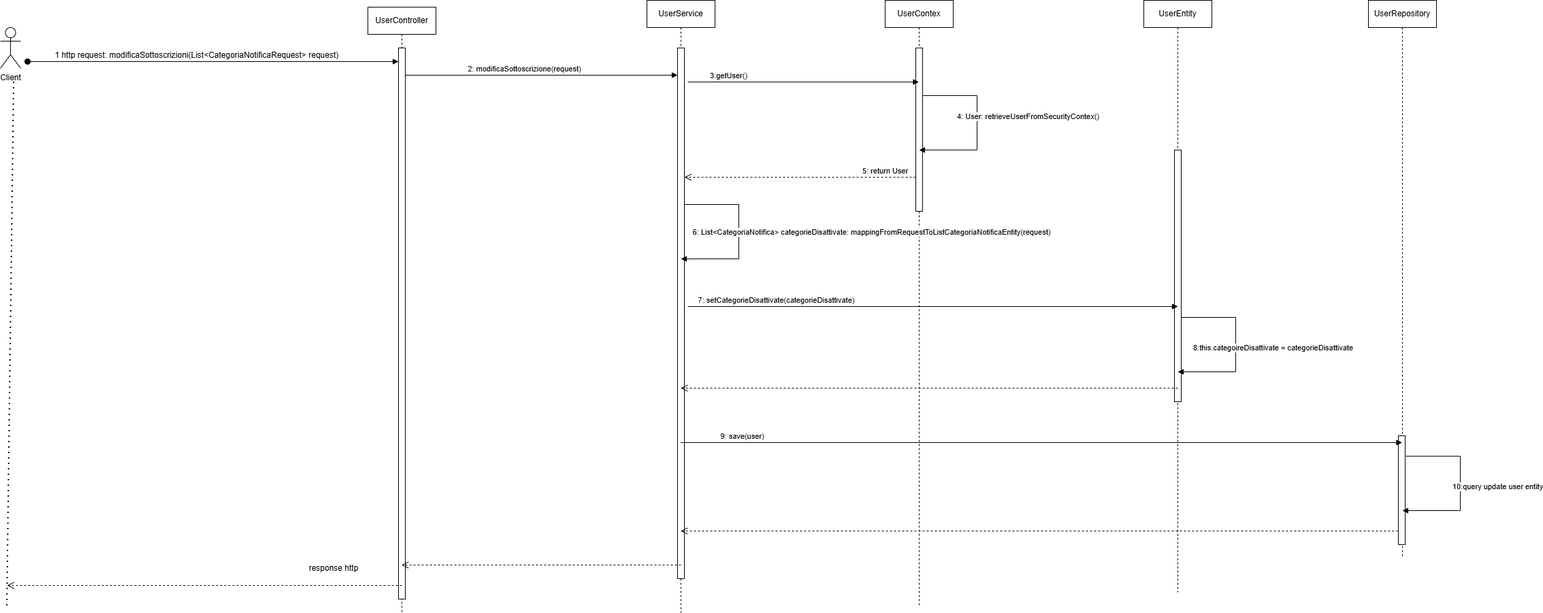
Earlier version of the draw.io export Documentazione/Immagini/Sequence diagram/Sequence Diagram Gestione Notifiche.png (Sperob98/Documentazione-DietiEstates25). Source tidied: cells renumbered, new cells last; positions are measured from the earlier drawing's top-left corner, leaving out a move shared by most shapes.
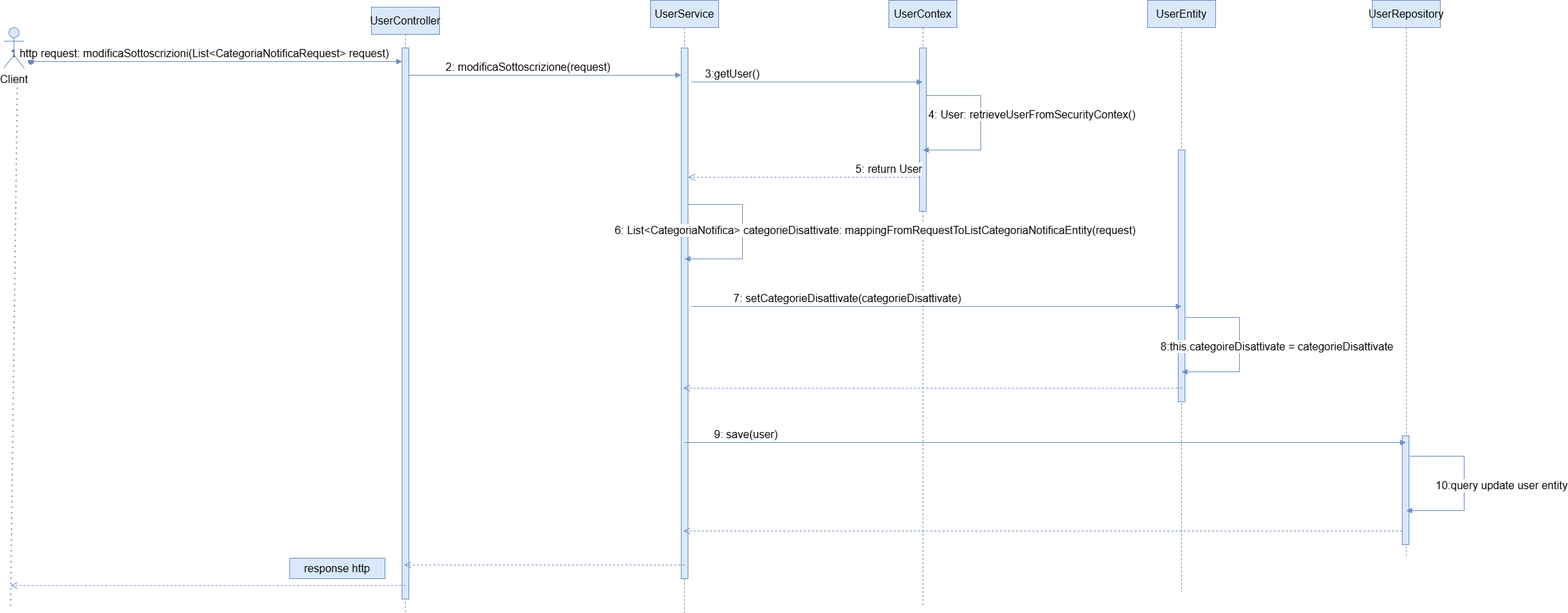
The same file after the commit.

Commit message:
Modificati gli stili dei sequence diagram

Diff of the diagram source:
```diff
@@ -2,55 +2,55 @@
   <root>
     <mxCell id="0" />
     <mxCell id="1" parent="0" />
-    <mxCell id="2" value="UserController" style="shape=umlLifeline;perimeter=lifelinePerimeter;whiteSpace=wrap;html=1;outlineConnect=0;portConstraint=eastwest;newEdgeStyle={&quot;curved&quot;:0,&quot;rounded&quot;:0};" parent="1" vertex="1">
+    <mxCell id="2" value="UserController" style="shape=umlLifeline;perimeter=lifelinePerimeter;whiteSpace=wrap;html=1;outlineConnect=0;portConstraint=eastwest;newEdgeStyle={&quot;curved&quot;:0,&quot;rounded&quot;:0};fillColor=#dae8fc;strokeColor=#6c8ebf;fontSize=16;" parent="1" vertex="1">
       <mxGeometry x="540" y="10" width="100" height="890" as="geometry" />
     </mxCell>
-    <mxCell id="3" style="html=1;perimeter=orthogonalPerimeter;targetShapes=umlLifeline;newEdgeStyle={&quot;curved&quot;:0,&quot;rounded&quot;:0};" parent="2" vertex="1">
+    <mxCell id="3" style="html=1;perimeter=orthogonalPerimeter;targetShapes=umlLifeline;newEdgeStyle={&quot;curved&quot;:0,&quot;rounded&quot;:0};fillColor=#dae8fc;strokeColor=#6c8ebf;fontSize=16;" parent="2" vertex="1">
       <mxGeometry x="45" y="60" width="10" height="810" as="geometry" />
     </mxCell>
-    <mxCell id="4" value="UserService" style="shape=umlLifeline;perimeter=lifelinePerimeter;whiteSpace=wrap;html=1;outlineConnect=0;portConstraint=eastwest;newEdgeStyle={&quot;curved&quot;:0,&quot;rounded&quot;:0};" parent="1" vertex="1">
+    <mxCell id="4" value="UserService" style="shape=umlLifeline;perimeter=lifelinePerimeter;whiteSpace=wrap;html=1;outlineConnect=0;portConstraint=eastwest;newEdgeStyle={&quot;curved&quot;:0,&quot;rounded&quot;:0};fillColor=#dae8fc;strokeColor=#6c8ebf;fontSize=16;" parent="1" vertex="1">
       <mxGeometry x="950" width="100" height="900" as="geometry" />
     </mxCell>
-    <mxCell id="5" style="html=1;perimeter=orthogonalPerimeter;targetShapes=umlLifeline;newEdgeStyle={&quot;curved&quot;:0,&quot;rounded&quot;:0};" parent="4" vertex="1">
+    <mxCell id="5" style="html=1;perimeter=orthogonalPerimeter;targetShapes=umlLifeline;newEdgeStyle={&quot;curved&quot;:0,&quot;rounded&quot;:0};fillColor=#dae8fc;strokeColor=#6c8ebf;fontSize=16;" parent="4" vertex="1">
       <mxGeometry x="45" y="70" width="10" height="780" as="geometry" />
     </mxCell>
-    <mxCell id="6" value="2: modificaSottoscrizione(request)" style="html=1;verticalAlign=bottom;endArrow=block;curved=0;rounded=0;" parent="1" edge="1">
+    <mxCell id="6" value="2: modificaSottoscrizione(request)" style="html=1;verticalAlign=bottom;endArrow=block;curved=0;rounded=0;fillColor=#dae8fc;strokeColor=#6c8ebf;fontSize=16;" parent="1" edge="1">
       <mxGeometry x="-0.12" relative="1" as="geometry">
         <mxPoint x="595" y="110" as="sourcePoint" />
         <mxPoint x="995" y="110" as="targetPoint" />
       </mxGeometry>
     </mxCell>
-    <mxCell id="7" value="UserContex" style="shape=umlLifeline;perimeter=lifelinePerimeter;whiteSpace=wrap;html=1;newEdgeStyle={&quot;curved&quot;:0,&quot;rounded&quot;:0};" parent="1" vertex="1">
+    <mxCell id="7" value="UserContex" style="shape=umlLifeline;perimeter=lifelinePerimeter;whiteSpace=wrap;html=1;newEdgeStyle={&quot;curved&quot;:0,&quot;rounded&quot;:0};fillColor=#dae8fc;strokeColor=#6c8ebf;fontSize=16;" parent="1" vertex="1">
       <mxGeometry x="1300" width="100" height="890" as="geometry" />
     </mxCell>
-    <mxCell id="8" style="html=1;perimeter=orthogonalPerimeter;targetShapes=umlLifeline;newEdgeStyle={&quot;curved&quot;:0,&quot;rounded&quot;:0};" parent="7" vertex="1">
+    <mxCell id="8" style="html=1;perimeter=orthogonalPerimeter;targetShapes=umlLifeline;newEdgeStyle={&quot;curved&quot;:0,&quot;rounded&quot;:0};fillColor=#dae8fc;strokeColor=#6c8ebf;fontSize=16;" parent="7" vertex="1">
       <mxGeometry x="45" y="70" width="10" height="240" as="geometry" />
     </mxCell>
-    <mxCell id="9" value="3:getUser()" style="html=1;verticalAlign=bottom;endArrow=block;curved=0;rounded=0;" parent="1" edge="1">
+    <mxCell id="9" value="3:getUser()" style="html=1;verticalAlign=bottom;endArrow=block;curved=0;rounded=0;fillColor=#dae8fc;strokeColor=#6c8ebf;fontSize=16;" parent="1" edge="1">
       <mxGeometry x="-0.65" relative="1" as="geometry">
         <mxPoint x="1010" y="120" as="sourcePoint" />
         <mxPoint x="1349.5" y="120" as="targetPoint" />
       </mxGeometry>
     </mxCell>
-    <mxCell id="10" value="5: return User" style="html=1;verticalAlign=bottom;endArrow=open;dashed=1;endSize=8;curved=0;rounded=0;" parent="1" edge="1">
+    <mxCell id="10" value="5: return User" style="html=1;verticalAlign=bottom;endArrow=open;dashed=1;endSize=8;curved=0;rounded=0;fillColor=#dae8fc;strokeColor=#6c8ebf;fontSize=16;" parent="1" edge="1">
       <mxGeometry x="-0.74" relative="1" as="geometry">
         <mxPoint x="1345" y="260" as="sourcePoint" />
         <mxPoint x="1005" y="260" as="targetPoint" />
       </mxGeometry>
     </mxCell>
-    <mxCell id="11" value="UserEntity" style="shape=umlLifeline;perimeter=lifelinePerimeter;whiteSpace=wrap;html=1;newEdgeStyle={&quot;curved&quot;:0,&quot;rounded&quot;:0};" parent="1" vertex="1">
+    <mxCell id="11" value="UserEntity" style="shape=umlLifeline;perimeter=lifelinePerimeter;whiteSpace=wrap;html=1;newEdgeStyle={&quot;curved&quot;:0,&quot;rounded&quot;:0};fillColor=#dae8fc;strokeColor=#6c8ebf;fontSize=16;" parent="1" vertex="1">
       <mxGeometry x="1680" width="100" height="870" as="geometry" />
     </mxCell>
-    <mxCell id="12" style="html=1;perimeter=orthogonalPerimeter;targetShapes=umlLifeline;newEdgeStyle={&quot;curved&quot;:0,&quot;rounded&quot;:0};" parent="11" vertex="1">
+    <mxCell id="12" style="html=1;perimeter=orthogonalPerimeter;targetShapes=umlLifeline;newEdgeStyle={&quot;curved&quot;:0,&quot;rounded&quot;:0};fillColor=#dae8fc;strokeColor=#6c8ebf;fontSize=16;" parent="11" vertex="1">
       <mxGeometry x="45" y="220" width="10" height="370" as="geometry" />
     </mxCell>
-    <mxCell id="13" value="&lt;font style=&quot;font-size: 12px;&quot;&gt;1 http request: modificaSottoscrizioni(List&amp;lt;CategoriaNotificaRequest&amp;gt; request)&amp;nbsp;&lt;/font&gt;" style="html=1;verticalAlign=bottom;startArrow=oval;startFill=1;endArrow=block;startSize=8;curved=0;rounded=0;strokeWidth=1;jumpSize=14;" parent="1" edge="1">
+    <mxCell id="13" value="&lt;font&gt;1 http request: modificaSottoscrizioni(List&amp;lt;CategoriaNotificaRequest&amp;gt; request)&amp;nbsp;&lt;/font&gt;" style="html=1;verticalAlign=bottom;startArrow=oval;startFill=1;endArrow=block;startSize=8;curved=0;rounded=0;strokeWidth=1;jumpSize=14;fillColor=#dae8fc;strokeColor=#6c8ebf;fontSize=16;" parent="1" edge="1">
       <mxGeometry x="-0.08" relative="1" as="geometry">
         <mxPoint x="40" y="90" as="sourcePoint" />
         <mxPoint x="585" y="90" as="targetPoint" />
       </mxGeometry>
     </mxCell>
-    <mxCell id="14" value="6: List&amp;lt;CategoriaNotifica&amp;gt; categorieDisattivate: mappingFromRequestToListCategoriaNotificaEntity(request)" style="html=1;verticalAlign=bottom;endArrow=block;curved=0;rounded=0;" parent="1" edge="1">
+    <mxCell id="14" value="6: List&amp;lt;CategoriaNotifica&amp;gt; categorieDisattivate: mappingFromRequestToListCategoriaNotificaEntity(request)" style="html=1;verticalAlign=bottom;endArrow=block;curved=0;rounded=0;fillColor=#dae8fc;strokeColor=#6c8ebf;fontSize=16;" parent="1" edge="1">
       <mxGeometry x="0.06" y="195" relative="1" as="geometry">
         <mxPoint x="1005" y="300" as="sourcePoint" />
         <mxPoint x="1000" y="380" as="targetPoint" />
@@ -60,7 +60,7 @@
         </Array>
       </mxGeometry>
     </mxCell>
-    <mxCell id="15" value="4: User: retrieveUserFromSecurityContex()" style="html=1;verticalAlign=bottom;endArrow=block;curved=0;rounded=0;" parent="1" edge="1">
+    <mxCell id="15" value="4: User: retrieveUserFromSecurityContex()" style="html=1;verticalAlign=bottom;endArrow=block;curved=0;rounded=0;fillColor=#dae8fc;strokeColor=#6c8ebf;fontSize=16;" parent="1" edge="1">
       <mxGeometry x="-0.02" y="75" relative="1" as="geometry">
         <mxPoint x="1355" y="140" as="sourcePoint" />
         <mxPoint x="1350" y="220" as="targetPoint" />
@@ -70,13 +70,14 @@
         </Array>
       </mxGeometry>
     </mxCell>
-    <mxCell id="16" value="7: setCategorieDisattivate(categorieDisattivate)" style="html=1;verticalAlign=bottom;endArrow=block;curved=0;rounded=0;" parent="1" edge="1">
-      <mxGeometry x="-0.64" relative="1" as="geometry">
+    <mxCell id="16" value="7: setCategorieDisattivate(categorieDisattivate)" style="html=1;verticalAlign=bottom;endArrow=block;curved=0;rounded=0;fillColor=#dae8fc;strokeColor=#6c8ebf;fontSize=16;" parent="1" edge="1">
+      <mxGeometry x="-0.36" relative="1" as="geometry">
         <mxPoint x="1010" y="450" as="sourcePoint" />
         <mxPoint x="1730" y="450" as="targetPoint" />
+        <mxPoint x="-1" as="offset" />
       </mxGeometry>
     </mxCell>
-    <mxCell id="17" value="8:this.categoireDisattivate = categorieDisattivate" style="html=1;verticalAlign=bottom;endArrow=block;curved=0;rounded=0;" parent="1" edge="1">
+    <mxCell id="17" value="8:this.categoireDisattivate = categorieDisattivate" style="html=1;verticalAlign=bottom;endArrow=block;curved=0;rounded=0;fillColor=#dae8fc;strokeColor=#6c8ebf;fontSize=16;" parent="1" edge="1">
       <mxGeometry x="0.09" y="55" relative="1" as="geometry">
         <mxPoint x="1735" y="466" as="sourcePoint" />
         <mxPoint x="1730" y="546" as="targetPoint" />
@@ -86,23 +87,23 @@
         </Array>
       </mxGeometry>
     </mxCell>
-    <mxCell id="18" style="html=1;verticalAlign=bottom;endArrow=open;dashed=1;endSize=8;curved=0;rounded=0;" parent="1" edge="1" target="4">
+    <mxCell id="18" style="html=1;verticalAlign=bottom;endArrow=open;dashed=1;endSize=8;curved=0;rounded=0;fillColor=#dae8fc;strokeColor=#6c8ebf;fontSize=16;" parent="1" edge="1" target="4">
       <mxGeometry x="-0.74" relative="1" as="geometry">
         <mxPoint x="1730" y="570" as="sourcePoint" />
       </mxGeometry>
     </mxCell>
-    <mxCell id="19" value="UserRepository" style="shape=umlLifeline;perimeter=lifelinePerimeter;whiteSpace=wrap;html=1;outlineConnect=0;portConstraint=eastwest;newEdgeStyle={&quot;curved&quot;:0,&quot;rounded&quot;:0};" parent="1" vertex="1">
+    <mxCell id="19" value="UserRepository" style="shape=umlLifeline;perimeter=lifelinePerimeter;whiteSpace=wrap;html=1;outlineConnect=0;portConstraint=eastwest;newEdgeStyle={&quot;curved&quot;:0,&quot;rounded&quot;:0};fillColor=#dae8fc;strokeColor=#6c8ebf;fontSize=16;" parent="1" vertex="1">
       <mxGeometry x="2010" width="100" height="820" as="geometry" />
     </mxCell>
-    <mxCell id="20" style="html=1;perimeter=orthogonalPerimeter;targetShapes=umlLifeline;newEdgeStyle={&quot;curved&quot;:0,&quot;rounded&quot;:0};" parent="19" vertex="1">
+    <mxCell id="20" style="html=1;perimeter=orthogonalPerimeter;targetShapes=umlLifeline;newEdgeStyle={&quot;curved&quot;:0,&quot;rounded&quot;:0};fillColor=#dae8fc;strokeColor=#6c8ebf;fontSize=16;" parent="19" vertex="1">
       <mxGeometry x="44" y="640" width="10" height="160" as="geometry" />
     </mxCell>
-    <mxCell id="21" value="9: save(user)" style="html=1;verticalAlign=bottom;endArrow=block;curved=0;rounded=0;" parent="1" edge="1" target="19">
+    <mxCell id="21" value="9: save(user)" style="html=1;verticalAlign=bottom;endArrow=block;curved=0;rounded=0;fillColor=#dae8fc;strokeColor=#6c8ebf;fontSize=16;" parent="1" edge="1" target="19">
       <mxGeometry x="-0.83" relative="1" as="geometry">
         <mxPoint x="1000" y="650" as="sourcePoint" />
       </mxGeometry>
     </mxCell>
-    <mxCell id="22" value="10:query update user entity" style="html=1;verticalAlign=bottom;endArrow=block;curved=0;rounded=0;" parent="1" edge="1">
+    <mxCell id="22" value="10:query update user entity" style="html=1;verticalAlign=bottom;endArrow=block;curved=0;rounded=0;fillColor=#dae8fc;strokeColor=#6c8ebf;fontSize=16;" parent="1" edge="1">
       <mxGeometry x="0.09" y="55" relative="1" as="geometry">
         <mxPoint x="2065" y="670" as="sourcePoint" />
         <mxPoint x="2060" y="750" as="targetPoint" />
@@ -112,32 +113,32 @@
         </Array>
       </mxGeometry>
     </mxCell>
-    <mxCell id="23" style="html=1;verticalAlign=bottom;endArrow=open;dashed=1;endSize=8;curved=0;rounded=0;" parent="1" edge="1" target="4">
+    <mxCell id="23" style="html=1;verticalAlign=bottom;endArrow=open;dashed=1;endSize=8;curved=0;rounded=0;fillColor=#dae8fc;strokeColor=#6c8ebf;fontSize=16;" parent="1" edge="1" target="4">
       <mxGeometry x="-0.74" relative="1" as="geometry">
         <mxPoint x="2054" y="780" as="sourcePoint" />
       </mxGeometry>
     </mxCell>
-    <mxCell id="24" style="html=1;verticalAlign=bottom;endArrow=open;dashed=1;endSize=8;curved=0;rounded=0;" parent="1" edge="1" target="2">
+    <mxCell id="24" style="html=1;verticalAlign=bottom;endArrow=open;dashed=1;endSize=8;curved=0;rounded=0;fillColor=#dae8fc;strokeColor=#6c8ebf;fontSize=16;" parent="1" edge="1" target="2">
       <mxGeometry x="-0.74" relative="1" as="geometry">
         <mxPoint x="1000" y="830" as="sourcePoint" />
       </mxGeometry>
     </mxCell>
-    <mxCell id="25" value="Client" style="shape=umlActor;verticalLabelPosition=bottom;verticalAlign=top;html=1;" parent="1" vertex="1">
+    <mxCell id="25" value="Client" style="shape=umlActor;verticalLabelPosition=bottom;verticalAlign=top;html=1;fillColor=#dae8fc;strokeColor=#6c8ebf;fontSize=16;" parent="1" vertex="1">
       <mxGeometry y="40" width="30" height="60" as="geometry" />
     </mxCell>
-    <mxCell id="26" style="endArrow=none;dashed=1;html=1;dashPattern=1 3;strokeWidth=2;rounded=0;" parent="1" edge="1">
+    <mxCell id="26" style="endArrow=none;dashed=1;html=1;dashPattern=1 3;strokeWidth=2;rounded=0;fillColor=#dae8fc;strokeColor=#6c8ebf;fontSize=16;" parent="1" edge="1">
       <mxGeometry relative="1" as="geometry">
         <mxPoint x="10" y="890" as="sourcePoint" />
         <mxPoint x="20" y="120" as="targetPoint" />
       </mxGeometry>
     </mxCell>
-    <mxCell id="27" style="html=1;verticalAlign=bottom;endArrow=open;dashed=1;endSize=8;curved=0;rounded=0;" parent="1" edge="1">
+    <mxCell id="27" style="html=1;verticalAlign=bottom;endArrow=open;dashed=1;endSize=8;curved=0;rounded=0;fillColor=#dae8fc;strokeColor=#6c8ebf;fontSize=16;" parent="1" edge="1">
       <mxGeometry x="-0.74" relative="1" as="geometry">
         <mxPoint x="590" y="860" as="sourcePoint" />
         <mxPoint x="10" y="860" as="targetPoint" />
       </mxGeometry>
     </mxCell>
-    <mxCell id="28" value="response http" style="text;html=1;align=center;verticalAlign=middle;whiteSpace=wrap;rounded=0;" parent="1" vertex="1">
+    <mxCell id="28" value="response http" style="text;html=1;align=center;verticalAlign=middle;whiteSpace=wrap;rounded=0;fillColor=#dae8fc;strokeColor=#6c8ebf;fontSize=16;" parent="1" vertex="1">
       <mxGeometry x="420" y="820" width="140" height="30" as="geometry" />
     </mxCell>
   </root>
```
